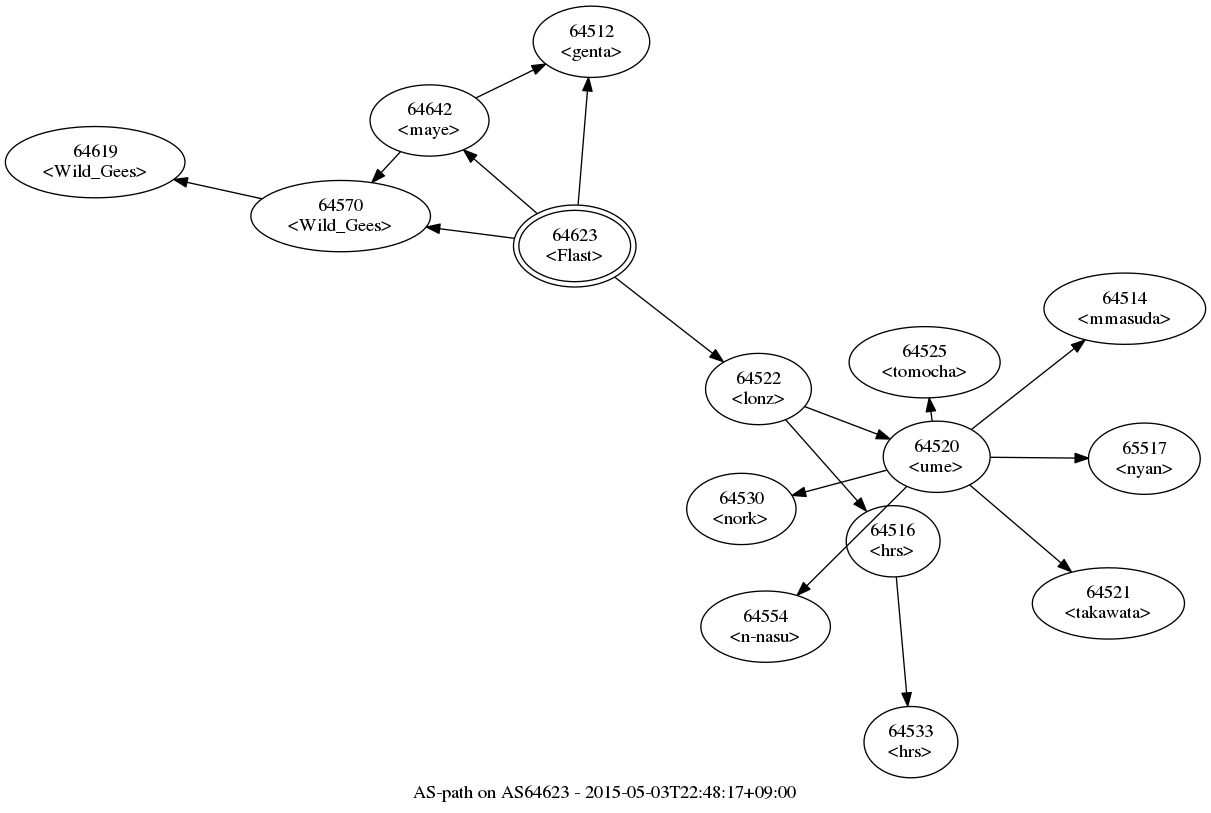
Above: aspath/as64623.png in Flast/flast.github.io (Graphviz), before the change. Its source is kept beside it as aspath/as64623.gv.
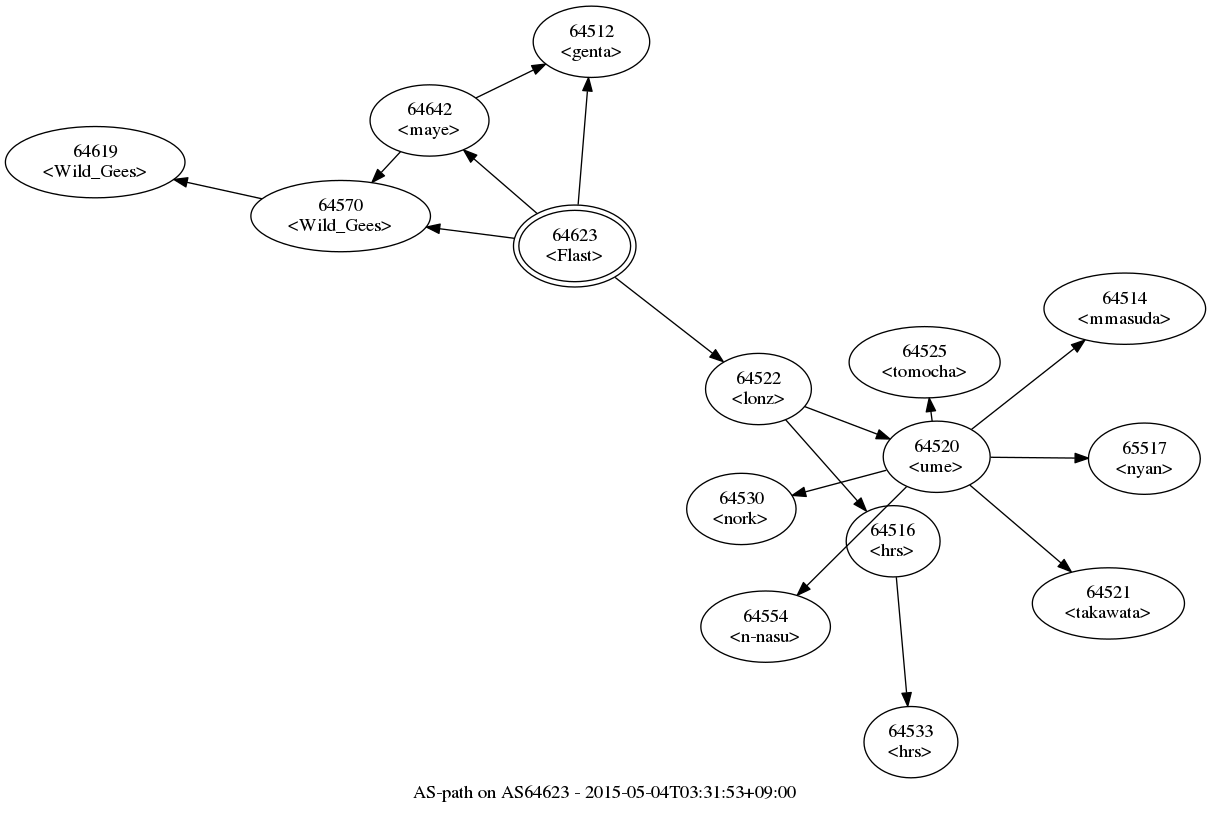
The same file after the commit.

The edit, as a diff of the source:
```diff
@@ -1,7 +1,7 @@
 digraph aspath {
 	graph [bb="0,-23,900,579",
 		center="",
-		label="AS-path on AS64623 - 2015-05-03T22:48:17+09:00",
+		label="AS-path on AS64623 - 2015-05-04T03:31:53+09:00",
 		layout=fdp,
 		lheight=0.21,
 		lp="450,-11.5",
```
